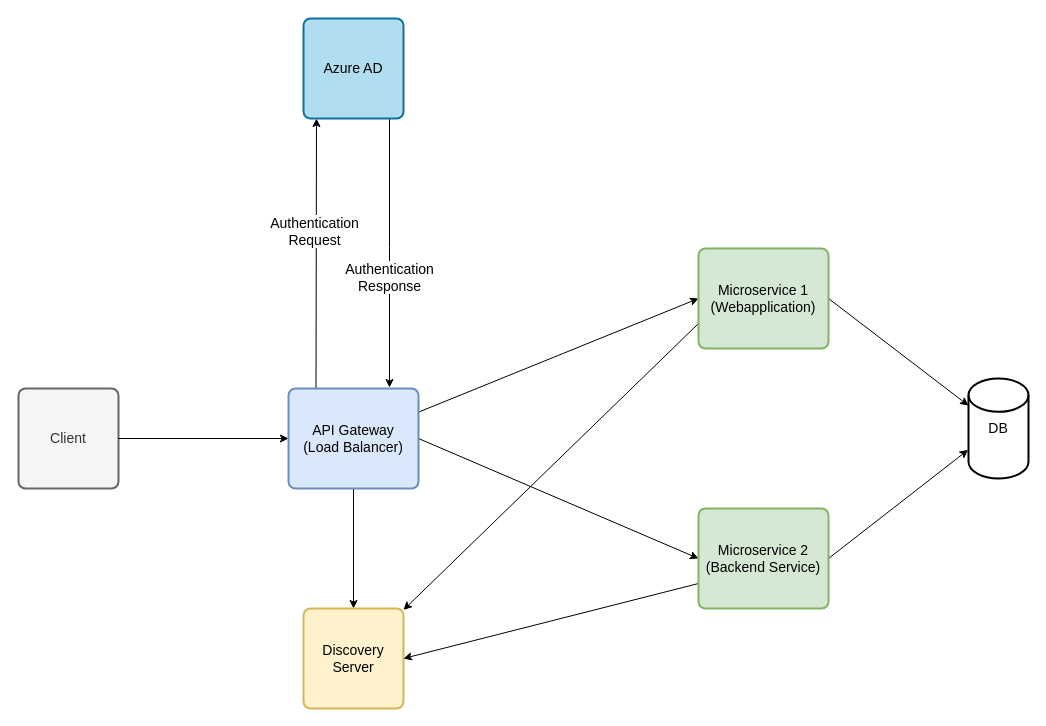
Above: MicroServiceArchitecture.drawio in durgeshpatel7317/diagrams (draw.io), before the change. Source tidied: cells renumbered, new cells numbered last; positions are measured from the earlier drawing's top-left corner, leaving out a move shared by most shapes. Both pictures are drawn from the tidied source at 100%, with x=0, y=0 at pixel (18, 18).
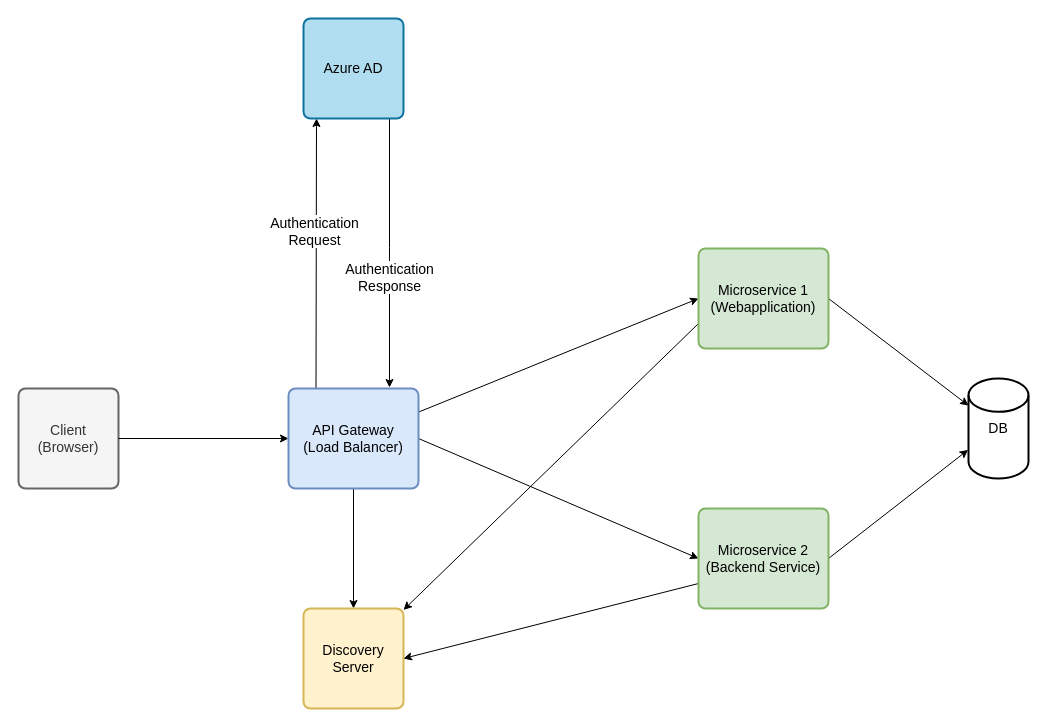
Above is the later version.

The edit, as a diff of the source:
```diff
@@
-    <mxCell id="2" value="&lt;font style=&quot;font-size: 14px;&quot;&gt;Client&lt;/font&gt;" style="rounded=1;whiteSpace=wrap;html=1;absoluteArcSize=1;arcSize=14;strokeWidth=2;fillColor=#f5f5f5;fontColor=#333333;strokeColor=#666666;" parent="1" vertex="1">
+    <mxCell id="2" value="&lt;font style=&quot;font-size: 14px;&quot;&gt;Client&lt;br&gt;(Browser)&lt;/font&gt;" style="rounded=1;whiteSpace=wrap;html=1;absoluteArcSize=1;arcSize=14;strokeWidth=2;fillColor=#f5f5f5;fontColor=#333333;strokeColor=#666666;" parent="1" vertex="1">
       <mxGeometry y="370" width="100" height="100" as="geometry" />
     </mxCell>
```
